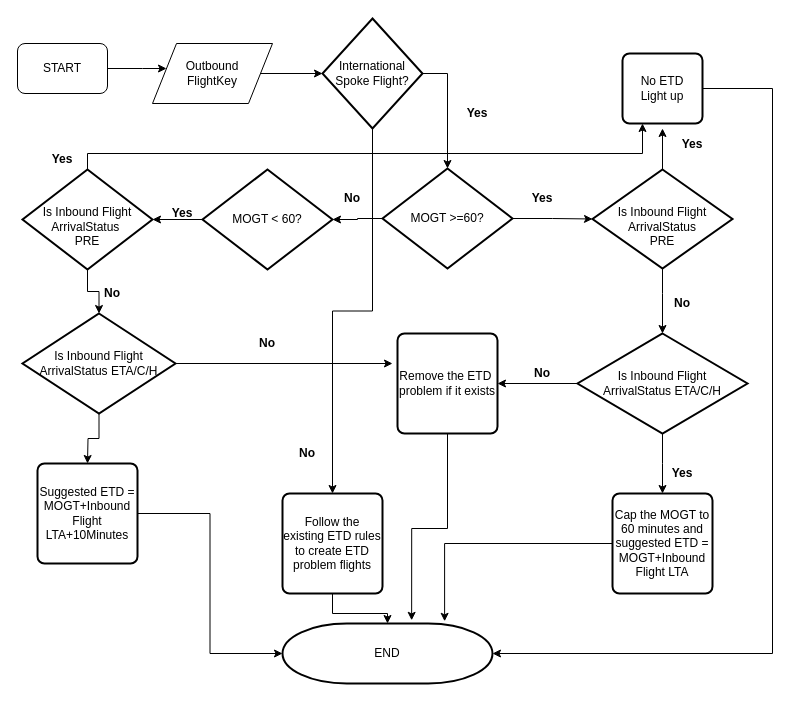
Before: Untitled Diagram.drawio in uday1982c/HelloWorld, a draw.io diagram. Source tidied: cells renumbered, new cells numbered last; positions are measured from the earlier drawing's top-left corner, leaving out a move shared by most shapes. Both pictures are drawn from the tidied source at 100%, with x=0, y=0 at pixel (17, 18).
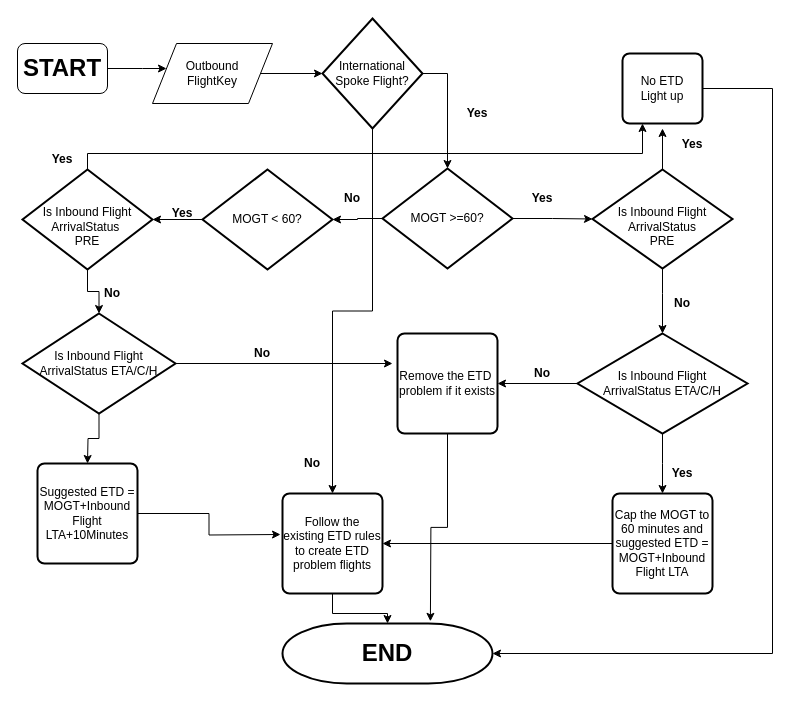
The same diagram, later.

The change refers to these unchanged cells:
```xml
<mxCell id="29" value="&lt;span style=&quot;white-space: normal&quot;&gt;Remove the ETD&amp;nbsp;&lt;/span&gt;&lt;br style=&quot;white-space: normal&quot;&gt;&lt;span style=&quot;white-space: normal&quot;&gt;problem if it exists&lt;/span&gt;" style="rounded=1;whiteSpace=wrap;html=1;absoluteArcSize=1;arcSize=14;strokeWidth=2;" parent="1" vertex="1">
  <mxGeometry x="380" y="315" width="100" height="100" as="geometry" />
</mxCell>
<mxCell id="31" value="Cap the MOGT to 60 minutes and suggested ETD = MOGT+Inbound Flight LTA" style="rounded=1;whiteSpace=wrap;html=1;absoluteArcSize=1;arcSize=14;strokeWidth=2;" parent="1" vertex="1">
  <mxGeometry x="595" y="475" width="100" height="100" as="geometry" />
</mxCell>
<mxCell id="45" value="&lt;span style=&quot;white-space: normal&quot;&gt;Suggested ETD = MOGT+Inbound Flight LTA+10Minutes&lt;/span&gt;" style="rounded=1;whiteSpace=wrap;html=1;absoluteArcSize=1;arcSize=14;strokeWidth=2;" parent="1" vertex="1">
  <mxGeometry x="20" y="445" width="100" height="100" as="geometry" />
</mxCell>
<mxCell id="47" value="Follow the existing ETD rules to create ETD problem flights" style="rounded=1;whiteSpace=wrap;html=1;absoluteArcSize=1;arcSize=14;strokeWidth=2;" parent="1" vertex="1">
  <mxGeometry x="265" y="475" width="100" height="100" as="geometry" />
</mxCell>
```

Change to the diagram source:
```diff
@@
-<mxGraphModel>
+<mxGraphModel background="#FFFFFF">
@@
-    <mxCell id="3" value="START" style="rounded=1;whiteSpace=wrap;html=1;" parent="1" vertex="1">
+    <mxCell id="3" value="&lt;b&gt;&lt;font style=&quot;font-size: 24px&quot;&gt;START&lt;/font&gt;&lt;/b&gt;" style="rounded=1;whiteSpace=wrap;html=1;" parent="1" vertex="1">
       <mxGeometry y="25" width="90" height="50" as="geometry" />
     </mxCell>
@@
-    <mxCell id="28" style="edgeStyle=orthogonalEdgeStyle;rounded=0;jettySize=auto;html=1;entryX=0.615;entryY=-0.053;entryDx=0;entryDy=0;entryPerimeter=0;" parent="1" edge="1" source="29" target="48">
-      <mxGeometry relative="1" as="geometry" />
-    </mxCell>
+    <mxCell id="50" style="edgeStyle=orthogonalEdgeStyle;rounded=0;jettySize=auto;html=1;" parent="1" edge="1" source="29">
+      <mxGeometry relative="1" as="geometry">
+        <mxPoint x="412.9" y="602.8" as="targetPoint" />
+      </mxGeometry>
+    </mxCell>
@@
-    <mxCell id="30" style="edgeStyle=orthogonalEdgeStyle;rounded=0;jettySize=auto;html=1;entryX=0.772;entryY=-0.037;entryDx=0;entryDy=0;entryPerimeter=0;" parent="1" edge="1" source="31" target="48">
+    <mxCell id="30" style="edgeStyle=orthogonalEdgeStyle;rounded=0;jettySize=auto;html=1;entryX=1;entryY=0.5;entryDx=0;entryDy=0;" parent="1" edge="1" source="31" target="47">
       <mxGeometry relative="1" as="geometry" />
     </mxCell>
@@
     <mxCell id="43" value="&lt;b&gt;No&lt;/b&gt;" style="text;html=1;strokeColor=none;fillColor=none;align=center;verticalAlign=middle;whiteSpace=wrap;rounded=0;" parent="1" vertex="1">
-      <mxGeometry x="230" y="315" width="40" height="20" as="geometry" />
+      <mxGeometry x="225" y="325" width="40" height="20" as="geometry" />
     </mxCell>
-    <mxCell id="44" style="edgeStyle=orthogonalEdgeStyle;rounded=0;jettySize=auto;html=1;entryX=0;entryY=0.5;entryDx=0;entryDy=0;entryPerimeter=0;" parent="1" edge="1" source="45" target="48">
-      <mxGeometry relative="1" as="geometry" />
-    </mxCell>
+    <mxCell id="51" style="edgeStyle=orthogonalEdgeStyle;rounded=0;jettySize=auto;html=1;" parent="1" edge="1" source="45">
+      <mxGeometry relative="1" as="geometry">
+        <mxPoint x="263" y="516" as="targetPoint" />
+      </mxGeometry>
+    </mxCell>
@@
-    <mxCell id="48" value="END" style="strokeWidth=2;html=1;shape=mxgraph.flowchart.terminator;whiteSpace=wrap;" parent="1" vertex="1">
+    <mxCell id="48" value="&lt;font style=&quot;font-size: 24px&quot;&gt;&lt;b&gt;END&lt;/b&gt;&lt;/font&gt;" style="strokeWidth=2;html=1;shape=mxgraph.flowchart.terminator;whiteSpace=wrap;" parent="1" vertex="1">
       <mxGeometry x="265" y="605" width="210" height="60" as="geometry" />
     </mxCell>
     <mxCell id="49" value="&lt;b&gt;No&lt;/b&gt;" style="text;html=1;strokeColor=none;fillColor=none;align=center;verticalAlign=middle;whiteSpace=wrap;rounded=0;" parent="1" vertex="1">
-      <mxGeometry x="270" y="425" width="40" height="20" as="geometry" />
+      <mxGeometry x="275" y="435" width="40" height="20" as="geometry" />
     </mxCell>
```
